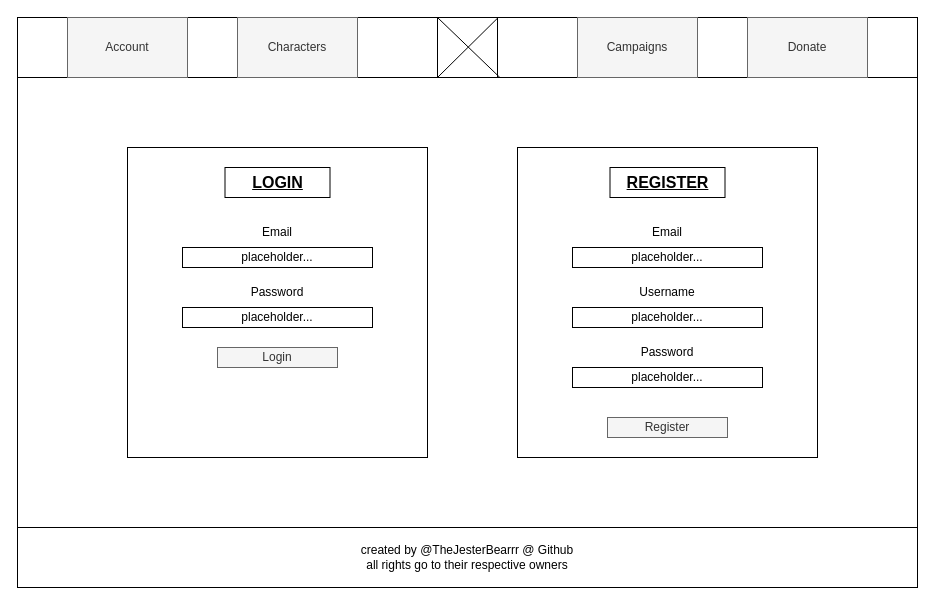
Above: page "Login / Sign Up" (4 of 5) of ! ASSETS !/Wireframes/Project Crawler Design.drawio in MrJesterBear/Project-Crawler-Datasheet (draw.io), before the change. Source tidied: cells renumbered, new cells numbered last; positions are measured from the earlier drawing's top-left corner, leaving out a move shared by most shapes. Both pictures are drawn from the tidied source at 100%, with x=0, y=0 at pixel (17, 17).
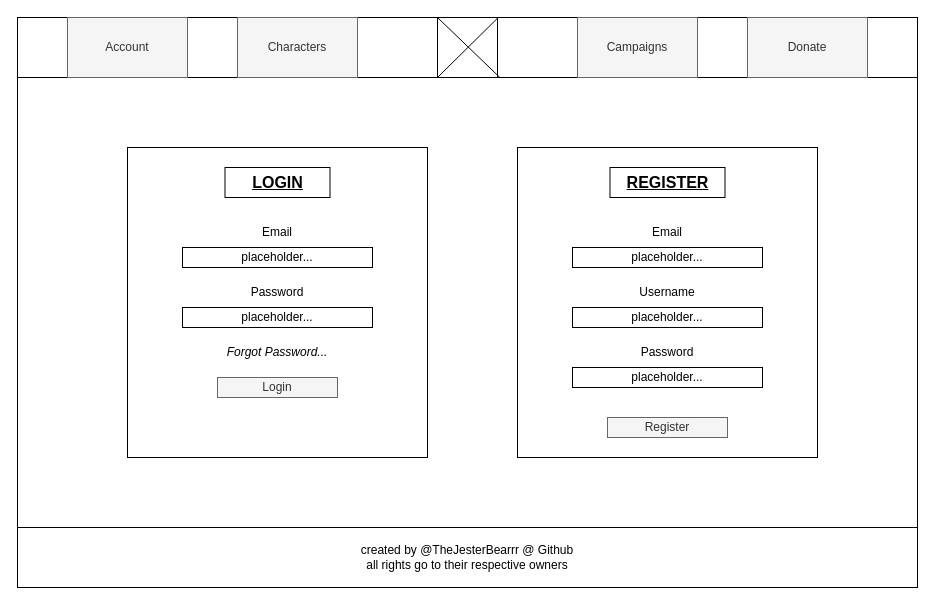
The same page after the edit.

Change to the diagram source:
```diff
@@
     <mxCell id="19" value="Login" style="rounded=0;whiteSpace=wrap;html=1;fillColor=#f5f5f5;fontColor=#333333;strokeColor=#666666;" parent="1" vertex="1">
-      <mxGeometry x="200" y="330" width="120" height="20" as="geometry" />
+      <mxGeometry x="200" y="360" width="120" height="20" as="geometry" />
     </mxCell>
@@
+    <mxCell id="29" value="&lt;i&gt;Forgot Password...&lt;/i&gt;" style="text;html=1;align=center;verticalAlign=middle;whiteSpace=wrap;rounded=0;" parent="1" vertex="1">
+      <mxGeometry x="205" y="320" width="110" height="30" as="geometry" />
+    </mxCell>
```
